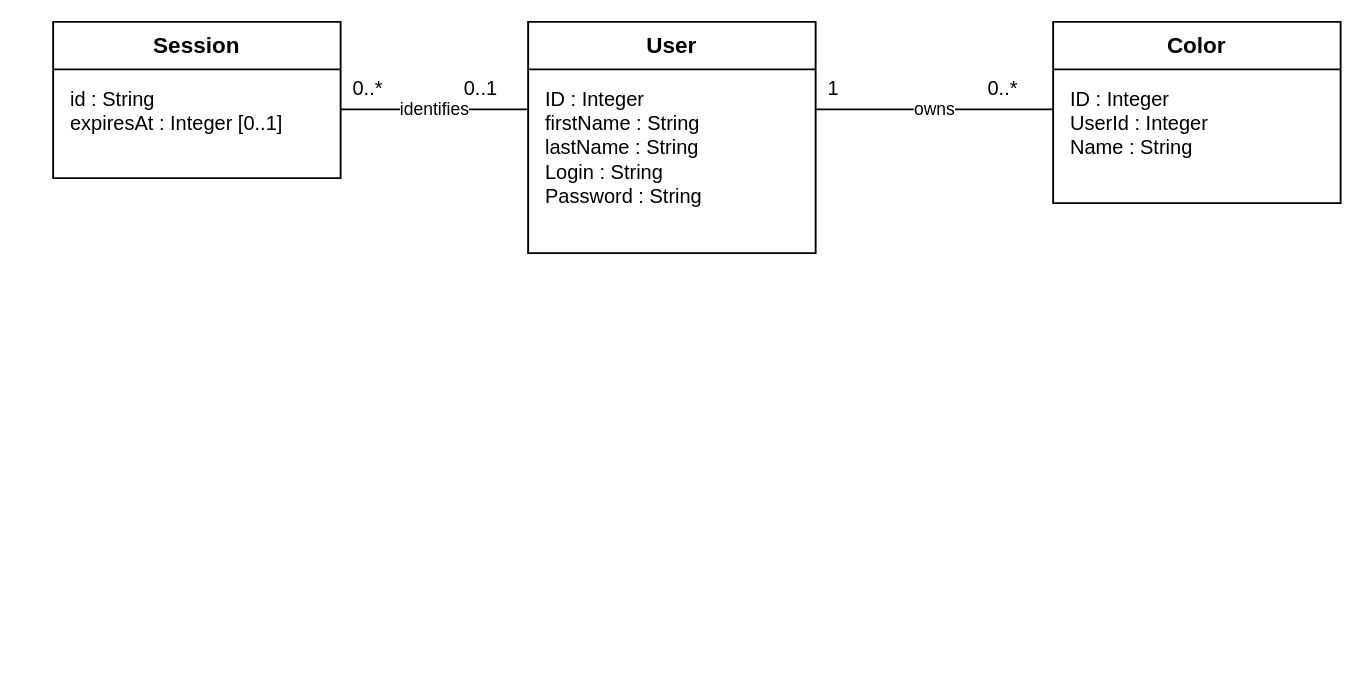
Earlier version of the draw.io diagram docs/uml/class.drawio (milesrack/colors-lamp). Source tidied: cells renumbered, new cells numbered last; positions are measured from the earlier drawing's top-left corner, leaving out a move shared by most shapes. Both pictures are drawn from the tidied source at 125%, with x=0, y=0 at pixel (52, 21).
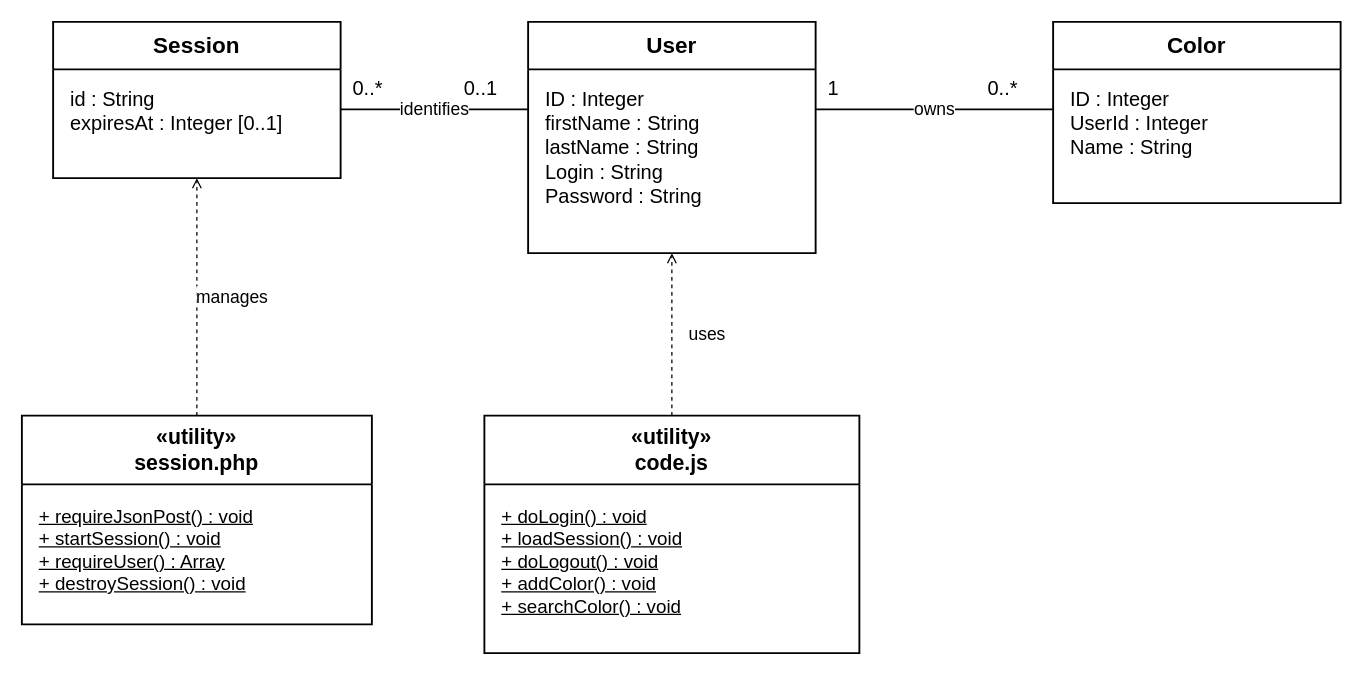
Above is the later version.

Commit message (it also covers changes not shown here):
docs(uml): show implemented utility operations

Unchanged cells that the change refers to:
```xml
<mxCell id="2" value="Session" style="html=1;whiteSpace=wrap;fontFamily=Helvetica;fontSize=16;fontColor=#000000;strokeColor=#000000;fillColor=#FFFFFF;strokeWidth=1.5;swimlane;startSize=38;horizontal=1;rounded=0;fontStyle=1;fontSize=18;" parent="1" vertex="1">
  <mxGeometry width="230" height="125" as="geometry" />
</mxCell>
<mxCell id="4" value="User" style="html=1;whiteSpace=wrap;fontFamily=Helvetica;fontSize=16;fontColor=#000000;strokeColor=#000000;fillColor=#FFFFFF;strokeWidth=1.5;swimlane;startSize=38;horizontal=1;rounded=0;fontStyle=1;fontSize=18;" parent="1" vertex="1">
  <mxGeometry x="380" width="230" height="185" as="geometry" />
</mxCell>
```

What changed in the source:
```diff
@@
+    <mxCell id="14" value="«utility»&lt;br&gt;session.php" style="html=1;whiteSpace=wrap;fontFamily=Helvetica;fontSize=15;fontColor=#000000;strokeColor=#000000;fillColor=#FFFFFF;strokeWidth=1.5;swimlane;startSize=55;horizontal=1;rounded=0;fontStyle=1;fontSize=17;" parent="1" vertex="1">
+      <mxGeometry x="-25" y="315" width="280" height="167" as="geometry" />
+    </mxCell>
+    <mxCell id="15" value="&lt;u&gt;+ requireJsonPost() : void&lt;/u&gt;&lt;br&gt;&lt;u&gt;+ startSession() : void&lt;/u&gt;&lt;br&gt;&lt;u&gt;+ requireUser() : Array&lt;/u&gt;&lt;br&gt;&lt;u&gt;+ destroySession() : void&lt;/u&gt;" style="html=1;whiteSpace=wrap;fontFamily=Helvetica;fontSize=15;fontColor=#000000;strokeColor=#000000;fillColor=#FFFFFF;strokeWidth=1.5;text;strokeColor=none;fillColor=none;align=left;verticalAlign=top;" parent="1" vertex="1">
+      <mxGeometry x="-13" y="380" width="256" height="97" as="geometry" />
+    </mxCell>
+    <mxCell id="16" value="«utility»&lt;br&gt;code.js" style="html=1;whiteSpace=wrap;fontFamily=Helvetica;fontSize=15;fontColor=#000000;strokeColor=#000000;fillColor=#FFFFFF;strokeWidth=1.5;swimlane;startSize=55;horizontal=1;rounded=0;fontStyle=1;fontSize=17;" parent="1" vertex="1">
+      <mxGeometry x="345" y="315" width="300" height="190" as="geometry" />
+    </mxCell>
+    <mxCell id="17" value="&lt;u&gt;+ doLogin() : void&lt;/u&gt;&lt;br&gt;&lt;u&gt;+ loadSession() : void&lt;/u&gt;&lt;br&gt;&lt;u&gt;+ doLogout() : void&lt;/u&gt;&lt;br&gt;&lt;u&gt;+ addColor() : void&lt;/u&gt;&lt;br&gt;&lt;u&gt;+ searchColor() : void&lt;/u&gt;" style="html=1;whiteSpace=wrap;fontFamily=Helvetica;fontSize=15;fontColor=#000000;strokeColor=#000000;fillColor=#FFFFFF;strokeWidth=1.5;text;strokeColor=none;fillColor=none;align=left;verticalAlign=top;" parent="1" vertex="1">
+      <mxGeometry x="357" y="380" width="276" height="120" as="geometry" />
+    </mxCell>
+    <mxCell id="18" value="manages" style="edgeStyle=none;html=1;fontFamily=Helvetica;fontSize=14;fontColor=#000000;strokeColor=#000000;labelBackgroundColor=#FFFFFF;dashed=1;endArrow=open;endFill=0;exitX=0.5;exitY=0;entryX=0.5;entryY=1;" parent="1" edge="1" source="14" target="2">
+      <mxGeometry relative="1" as="geometry">
+        <mxPoint x="28" as="offset" />
+      </mxGeometry>
+    </mxCell>
+    <mxCell id="19" value="uses" style="edgeStyle=none;html=1;fontFamily=Helvetica;fontSize=14;fontColor=#000000;strokeColor=#000000;labelBackgroundColor=#FFFFFF;dashed=1;endArrow=open;endFill=0;exitX=0.5;exitY=0;entryX=0.5;entryY=1;" parent="1" edge="1" source="16" target="4">
+      <mxGeometry relative="1" as="geometry">
+        <mxPoint x="28" as="offset" />
+      </mxGeometry>
+    </mxCell>
```
